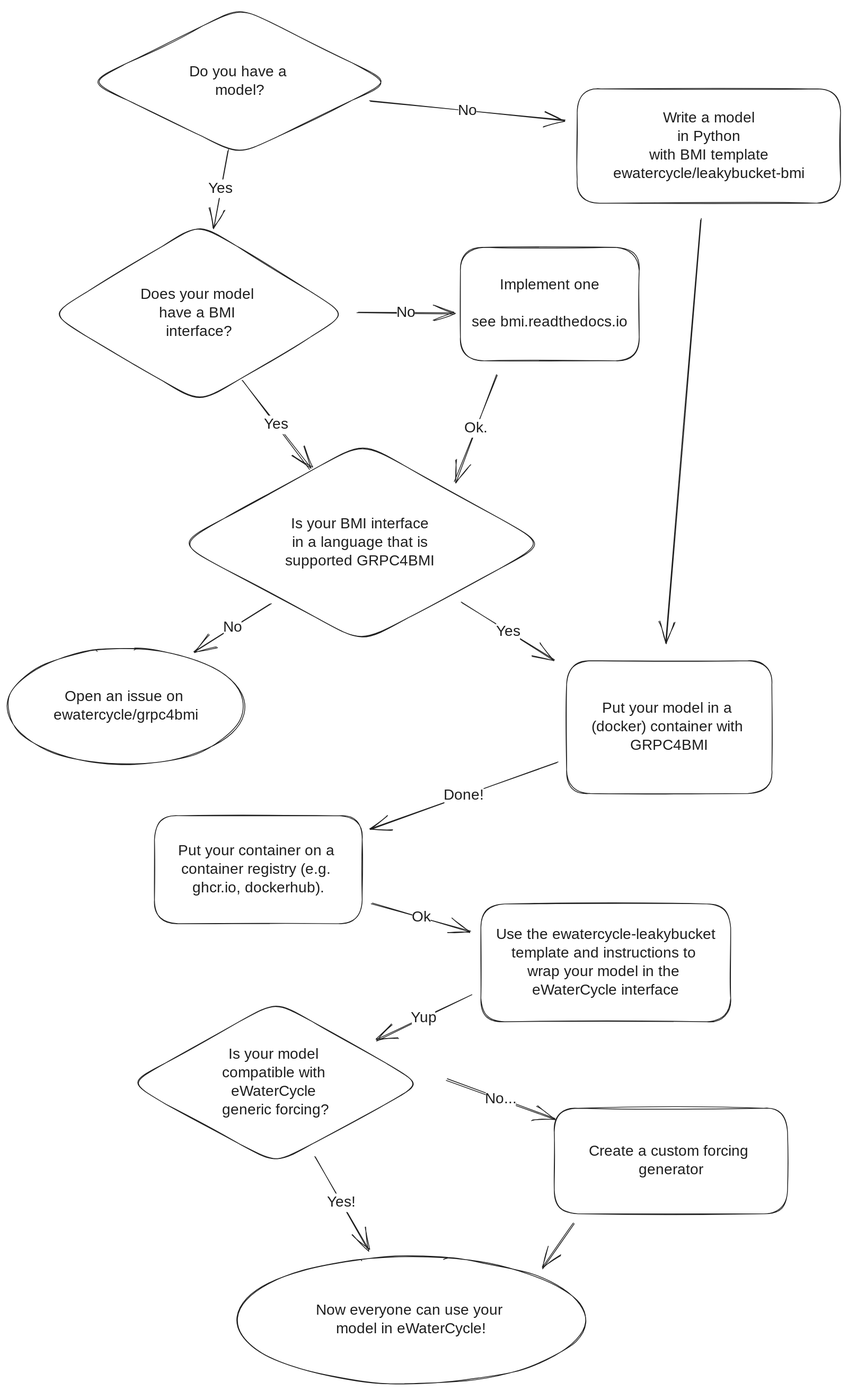
Above: docs/_static/flowchart_ewatercycle.excalidraw.svg in eWaterCycle/ewatercycle (Excalidraw), before the change. Source tidied: one line per element, renumbered; positions are measured from the earlier drawing's top-left corner, leaving out a move shared by most shapes.
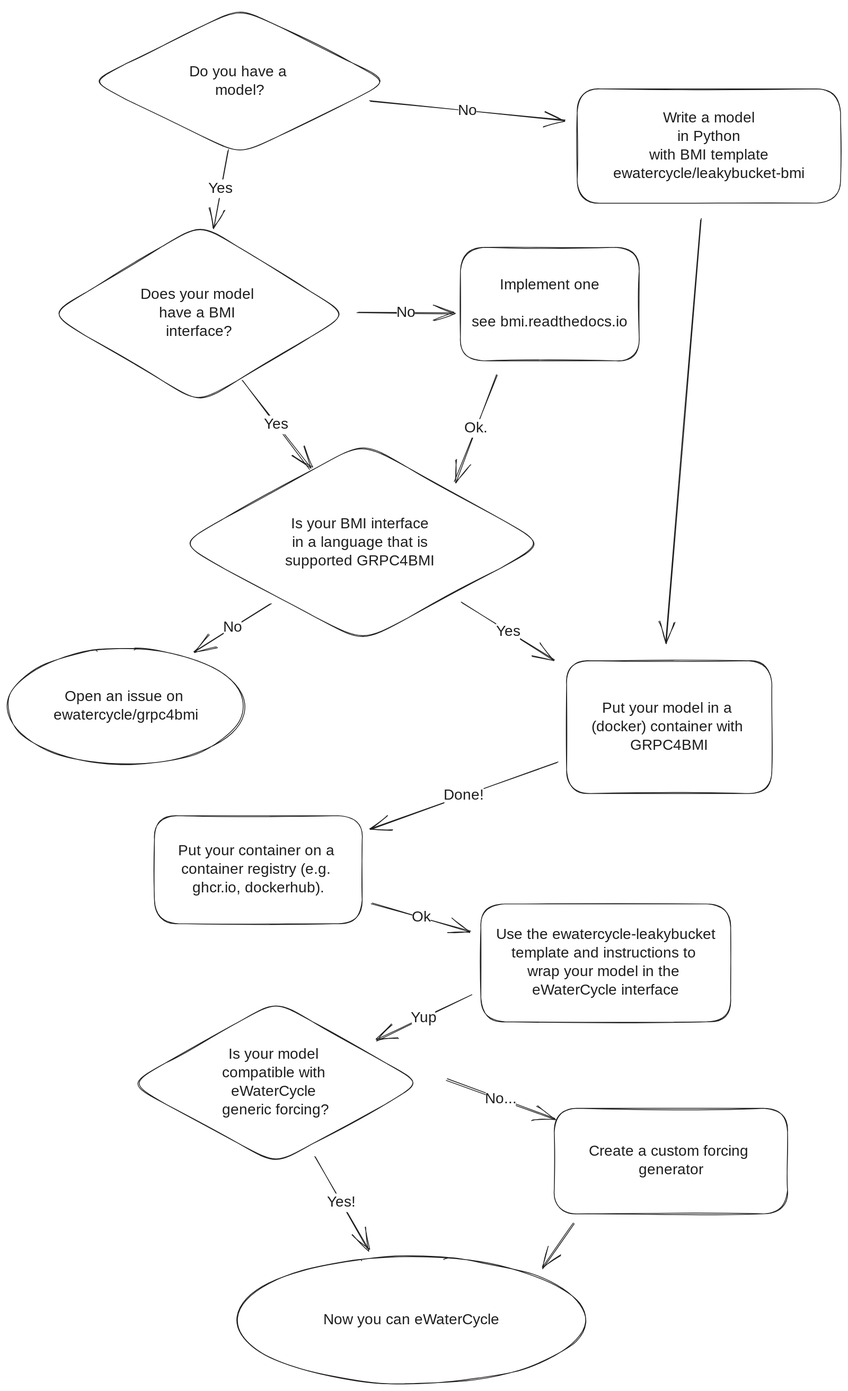
Above is the later version.

Commit message:
Use fill to have whole box linkable

What changed in the source:
```diff
@@ -1,10 +1,10 @@
-{"id": 0, "type": "diamond", "strokeColor": "#1e1e1e", "strokeWidth": 1, "roughness": 1, "round": true, "x": 111, "y": 0, "width": 405, "height": 199}
+{"id": 0, "type": "diamond", "strokeColor": "#1e1e1e", "backgroundColor": "#ffffff", "fillStyle": "solid", "strokeWidth": 1, "roughness": 1, "round": true, "x": 111, "y": 0, "width": 405, "height": 199}
 {"id": 1, "type": "text", "text": "Do you have a \nmodel?", "strokeColor": "#1e1e1e", "strokeWidth": 1, "roughness": 1, "fontSize": 20, "fontFamily": 1, "textAlign": "center", "verticalAlign": "middle", "inside": 0, "x": 235, "y": 75, "width": 156, "height": 50}
-{"id": 2, "type": "diamond", "strokeColor": "#1e1e1e", "strokeWidth": 1, "roughness": 1, "round": true, "x": 57, "y": 292, "width": 402, "height": 242}
+{"id": 2, "type": "diamond", "strokeColor": "#1e1e1e", "backgroundColor": "#ffffff", "fillStyle": "solid", "strokeWidth": 1, "roughness": 1, "round": true, "x": 57, "y": 292, "width": 402, "height": 242}
 {"id": 3, "type": "text", "text": "Does your model \nhave a BMI \ninterface?", "strokeColor": "#1e1e1e", "strokeWidth": 1, "roughness": 1, "fontSize": 20, "fontFamily": 1, "textAlign": "center", "verticalAlign": "middle", "inside": 2, "x": 173, "y": 375, "width": 170, "height": 75}
-{"id": 4, "type": "diamond", "strokeColor": "#1e1e1e", "strokeWidth": 1, "roughness": 1, "round": true, "x": 230, "y": 587, "width": 495, "height": 270}
+{"id": 4, "type": "diamond", "strokeColor": "#1e1e1e", "backgroundColor": "#ffffff", "fillStyle": "solid", "strokeWidth": 1, "roughness": 1, "round": true, "x": 230, "y": 587, "width": 495, "height": 270}
 {"id": 5, "type": "text", "text": "Is your BMI interface \nin a language that is \nsupported GRPC4BMI ", "strokeColor": "#1e1e1e", "strokeWidth": 1, "roughness": 1, "fontSize": 20, "fontFamily": 1, "textAlign": "center", "verticalAlign": "middle", "inside": 4, "x": 362, "y": 684, "width": 232, "height": 75}
-{"id": 6, "type": "rectangle", "strokeColor": "#1e1e1e", "strokeWidth": 1, "roughness": 1, "round": true, "x": 768, "y": 110, "width": 355, "height": 154}
+{"id": 6, "type": "rectangle", "strokeColor": "#1e1e1e", "backgroundColor": "#ffffff", "fillStyle": "solid", "strokeWidth": 1, "roughness": 1, "round": true, "x": 768, "y": 110, "width": 355, "height": 154}
 {"id": 7, "type": "text", "text": "Write a model\nin Python\nwith BMI template\newatercycle/leakybucket-bmi", "strokeColor": "#1e1e1e", "strokeWidth": 1, "roughness": 1, "fontSize": 20, "fontFamily": 1, "textAlign": "center", "verticalAlign": "middle", "inside": 6, "x": 810, "y": 137, "width": 271, "height": 100}
 {"id": 8, "type": "arrow", "strokeColor": "#1e1e1e", "strokeWidth": 1, "roughness": 1, "endArrowhead": "arrow", "round": true, "from": 0, "to": 6, "x": 489, "y": 127, "width": 262, "height": 26, "points": [[0, 0], [262, 26]]}
 {"id": 9, "type": "text", "text": "No", "strokeColor": "#1e1e1e", "strokeWidth": 1, "roughness": 1, "fontSize": 20, "fontFamily": 1, "textAlign": "center", "verticalAlign": "middle", "inside": 8, "x": 578, "y": 129, "width": 24, "height": 25}
@@ -13,7 +13,7 @@
 {"id": 12, "type": "arrow", "strokeColor": "#1e1e1e", "strokeWidth": 1, "roughness": 1, "endArrowhead": "arrow", "round": true, "from": 6, "to": 27, "x": 934, "y": 285, "width": 47, "height": 572, "points": [[0, 0], [-47, 572]]}
 {"id": 13, "type": "arrow", "strokeColor": "#1e1e1e", "strokeWidth": 1, "roughness": 1, "endArrowhead": "arrow", "round": true, "from": 2, "to": 4, "x": 317, "y": 503, "width": 92, "height": 119, "points": [[0, 0], [92, 119]]}
 {"id": 14, "type": "text", "text": "Yes", "strokeColor": "#1e1e1e", "strokeWidth": 1, "roughness": 1, "fontSize": 20, "fontFamily": 1, "textAlign": "center", "verticalAlign": "middle", "inside": 13, "x": 347, "y": 546, "width": 32, "height": 25}
-{"id": 15, "type": "rectangle", "strokeColor": "#1e1e1e", "strokeWidth": 1, "roughness": 1, "round": true, "x": 611, "y": 323, "width": 241, "height": 153}
+{"id": 15, "type": "rectangle", "strokeColor": "#1e1e1e", "backgroundColor": "#ffffff", "fillStyle": "solid", "strokeWidth": 1, "roughness": 1, "round": true, "x": 611, "y": 323, "width": 241, "height": 153}
 {"id": 16, "type": "text", "text": "Implement one\n\nsee bmi.readthedocs.io", "strokeColor": "#1e1e1e", "strokeWidth": 1, "roughness": 1, "fontSize": 20, "fontFamily": 1, "textAlign": "center", "verticalAlign": "middle", "inside": 15, "x": 623, "y": 362, "width": 216, "height": 75}
 {"id": 17, "type": "arrow", "strokeColor": "#1e1e1e", "strokeWidth": 1, "roughness": 1, "endArrowhead": "arrow", "round": true, "from": 2, "to": 15, "x": 471, "y": 411, "width": 131, "height": 2, "points": [[0, 0], [131, 2]]}
 {"id": 18, "type": "text", "text": "No", "strokeColor": "#1e1e1e", "strokeWidth": 1, "roughness": 1, "fontSize": 20, "fontFamily": 1, "textAlign": "center", "verticalAlign": "middle", "inside": 17, "x": 512, "y": 401, "width": 24, "height": 25}
@@ -23,27 +23,27 @@
 {"id": 22, "type": "text", "text": "Yes", "strokeColor": "#1e1e1e", "strokeWidth": 1, "roughness": 1, "fontSize": 20, "fontFamily": 1, "textAlign": "center", "verticalAlign": "middle", "inside": 21, "x": 630, "y": 838, "width": 32, "height": 25}
 {"id": 23, "type": "arrow", "strokeColor": "#1e1e1e", "strokeWidth": 1, "roughness": 1, "endArrowhead": "arrow", "round": true, "from": 4, "to": 25, "x": 355, "y": 803, "width": 102, "height": 65, "points": [[0, 0], [-102, 65]]}
 {"id": 24, "type": "text", "text": "No", "strokeColor": "#1e1e1e", "strokeWidth": 1, "roughness": 1, "fontSize": 20, "fontFamily": 1, "textAlign": "center", "verticalAlign": "middle", "inside": 23, "x": 334, "y": 856, "width": 24, "height": 25}
-{"id": 25, "type": "ellipse", "strokeColor": "#1e1e1e", "strokeWidth": 1, "roughness": 1, "round": true, "x": 0, "y": 865, "width": 319, "height": 156}
+{"id": 25, "type": "ellipse", "strokeColor": "#1e1e1e", "backgroundColor": "#ffffff", "fillStyle": "solid", "strokeWidth": 1, "roughness": 1, "round": true, "x": 0, "y": 865, "width": 319, "height": 156}
 {"id": 26, "type": "text", "text": "Open an issue on \newatercycle/grpc4bmi", "strokeColor": "#1e1e1e", "strokeWidth": 1, "roughness": 1, "fontSize": 20, "fontFamily": 1, "textAlign": "center", "verticalAlign": "middle", "inside": 25, "x": 59, "y": 918, "width": 201, "height": 50}
-{"id": 27, "type": "rectangle", "strokeColor": "#1e1e1e", "strokeWidth": 1, "roughness": 1, "round": true, "x": 754, "y": 881, "width": 277, "height": 179}
+{"id": 27, "type": "rectangle", "strokeColor": "#1e1e1e", "backgroundColor": "#ffffff", "fillStyle": "solid", "strokeWidth": 1, "roughness": 1, "round": true, "x": 754, "y": 881, "width": 277, "height": 179}
 {"id": 28, "type": "text", "text": "Put your model in a \n(docker) container with \nGRPC4BMI", "strokeColor": "#1e1e1e", "strokeWidth": 1, "roughness": 1, "fontSize": 20, "fontFamily": 1, "textAlign": "center", "verticalAlign": "middle", "inside": 27, "x": 776, "y": 933, "width": 233, "height": 75}
-{"id": 29, "type": "rectangle", "strokeColor": "#1e1e1e", "strokeWidth": 1, "roughness": 1, "round": true, "x": 638, "y": 1209, "width": 337, "height": 159}
+{"id": 29, "type": "rectangle", "strokeColor": "#1e1e1e", "backgroundColor": "#ffffff", "fillStyle": "solid", "strokeWidth": 1, "roughness": 1, "round": true, "x": 638, "y": 1209, "width": 337, "height": 159}
 {"id": 30, "type": "text", "text": "Use the ewatercycle-leakybucket\ntemplate and instructions to \nwrap your model in the \neWaterCycle interface", "strokeColor": "#1e1e1e", "strokeWidth": 1, "roughness": 1, "fontSize": 20, "fontFamily": 1, "textAlign": "center", "verticalAlign": "middle", "inside": 29, "x": 646, "y": 1238, "width": 322, "height": 100}
 {"id": 31, "type": "arrow", "strokeColor": "#1e1e1e", "strokeWidth": 1, "roughness": 1, "endArrowhead": "arrow", "round": true, "from": 27, "to": 33, "x": 742, "y": 1019, "width": 252, "height": 89, "points": [[0, 0], [-252, 89]]}
 {"id": 32, "type": "text", "text": "Done!", "strokeColor": "#1e1e1e", "strokeWidth": 1, "roughness": 1, "fontSize": 20, "fontFamily": 1, "textAlign": "center", "verticalAlign": "middle", "inside": 31, "x": 625, "y": 1130, "width": 53, "height": 25}
-{"id": 33, "type": "rectangle", "strokeColor": "#1e1e1e", "strokeWidth": 1, "roughness": 1, "round": true, "x": 198, "y": 1090, "width": 280, "height": 146}
+{"id": 33, "type": "rectangle", "strokeColor": "#1e1e1e", "backgroundColor": "#ffffff", "fillStyle": "solid", "strokeWidth": 1, "roughness": 1, "round": true, "x": 198, "y": 1090, "width": 280, "height": 146}
 {"id": 34, "type": "text", "text": "Put your container on a \ncontainer registry (e.g. \nghcr.io, dockerhub).", "strokeColor": "#1e1e1e", "strokeWidth": 1, "roughness": 1, "fontSize": 20, "fontFamily": 1, "textAlign": "center", "verticalAlign": "middle", "inside": 33, "x": 214, "y": 1125, "width": 248, "height": 75}
 {"id": 35, "type": "arrow", "strokeColor": "#1e1e1e", "strokeWidth": 1, "roughness": 1, "endArrowhead": "arrow", "round": true, "from": 33, "to": 29, "x": 492, "y": 1208, "width": 133, "height": 38, "points": [[0, 0], [133, 38]]}
 {"id": 36, "type": "text", "text": "Ok", "strokeColor": "#1e1e1e", "strokeWidth": 1, "roughness": 1, "fontSize": 20, "fontFamily": 1, "textAlign": "center", "verticalAlign": "middle", "inside": 35, "x": 546, "y": 1215, "width": 24, "height": 25}
-{"id": 37, "type": "diamond", "strokeColor": "#1e1e1e", "strokeWidth": 1, "roughness": 1, "round": true, "x": 164, "y": 1340, "width": 396, "height": 220}
+{"id": 37, "type": "diamond", "strokeColor": "#1e1e1e", "backgroundColor": "#ffffff", "fillStyle": "solid", "strokeWidth": 1, "roughness": 1, "round": true, "x": 164, "y": 1340, "width": 396, "height": 220}
 {"id": 38, "type": "text", "text": "Is your model \ncompatible with \neWaterCycle \ngeneric forcing?", "strokeColor": "#1e1e1e", "strokeWidth": 1, "roughness": 1, "fontSize": 20, "fontFamily": 1, "textAlign": "center", "verticalAlign": "middle", "inside": 37, "x": 283, "y": 1400, "width": 157, "height": 100}
 {"id": 39, "type": "arrow", "strokeColor": "#1e1e1e", "strokeWidth": 1, "roughness": 1, "endArrowhead": "arrow", "round": true, "from": 29, "to": 37, "x": 625, "y": 1332, "width": 128, "height": 61, "points": [[0, 0], [-128, 61]]}
 {"id": 40, "type": "text", "text": "Yup", "strokeColor": "#1e1e1e", "strokeWidth": 1, "roughness": 1, "fontSize": 20, "fontFamily": 1, "textAlign": "center", "verticalAlign": "middle", "inside": 39, "x": 556, "y": 1395, "width": 32, "height": 25}
-{"id": 41, "type": "ellipse", "strokeColor": "#1e1e1e", "strokeWidth": 1, "roughness": 1, "round": true, "x": 309, "y": 1684, "width": 470, "height": 171}
+{"id": 41, "type": "ellipse", "strokeColor": "#1e1e1e", "backgroundColor": "#ffffff", "fillStyle": "solid", "strokeWidth": 1, "roughness": 1, "round": true, "x": 309, "y": 1684, "width": 470, "height": 171}
-{"id": 42, "type": "text", "text": "Now everyone can use your \nmodel in eWaterCycle!", "strokeColor": "#1e1e1e", "strokeWidth": 1, "roughness": 1, "fontSize": 20, "fontFamily": 1, "textAlign": "center", "verticalAlign": "middle", "inside": 41, "x": 407, "y": 1745, "width": 274, "height": 50}
+{"id": 42, "type": "text", "text": "Now you can eWaterCycle", "strokeColor": "#1e1e1e", "strokeWidth": 1, "roughness": 1, "fontSize": 20, "fontFamily": 1, "textAlign": "center", "verticalAlign": "middle", "inside": 41, "x": 420, "y": 1757, "width": 249, "height": 25}
 {"id": 43, "type": "arrow", "strokeColor": "#1e1e1e", "strokeWidth": 1, "roughness": 1, "endArrowhead": "arrow", "round": true, "from": 37, "to": 41, "x": 414, "y": 1550, "width": 72, "height": 124, "points": [[0, 0], [72, 124]]}
 {"id": 44, "type": "text", "text": "Yes!", "strokeColor": "#1e1e1e", "strokeWidth": 1, "roughness": 1, "fontSize": 20, "fontFamily": 1, "textAlign": "center", "verticalAlign": "middle", "inside": 43, "x": 390, "y": 1674, "width": 38, "height": 25}
-{"id": 45, "type": "rectangle", "strokeColor": "#1e1e1e", "strokeWidth": 1, "roughness": 1, "round": true, "x": 737, "y": 1484, "width": 314, "height": 142}
+{"id": 45, "type": "rectangle", "strokeColor": "#1e1e1e", "backgroundColor": "#ffffff", "fillStyle": "solid", "strokeWidth": 1, "roughness": 1, "round": true, "x": 737, "y": 1484, "width": 314, "height": 142}
 {"id": 46, "type": "text", "text": "Create a custom forcing \ngenerator", "strokeColor": "#1e1e1e", "strokeWidth": 1, "roughness": 1, "fontSize": 20, "fontFamily": 1, "textAlign": "center", "verticalAlign": "middle", "inside": 45, "x": 768, "y": 1530, "width": 252, "height": 50}
 {"id": 47, "type": "arrow", "strokeColor": "#1e1e1e", "strokeWidth": 1, "roughness": 1, "endArrowhead": "arrow", "round": true, "from": 45, "to": 41, "x": 764, "y": 1640, "width": 43, "height": 61, "points": [[0, 0], [-43, 61]]}
 {"id": 48, "type": "arrow", "strokeColor": "#1e1e1e", "strokeWidth": 1, "roughness": 1, "endArrowhead": "arrow", "round": true, "from": 37, "to": 45, "x": 593, "y": 1445, "width": 144, "height": 53, "points": [[0, 0], [144, 53]]}
```
